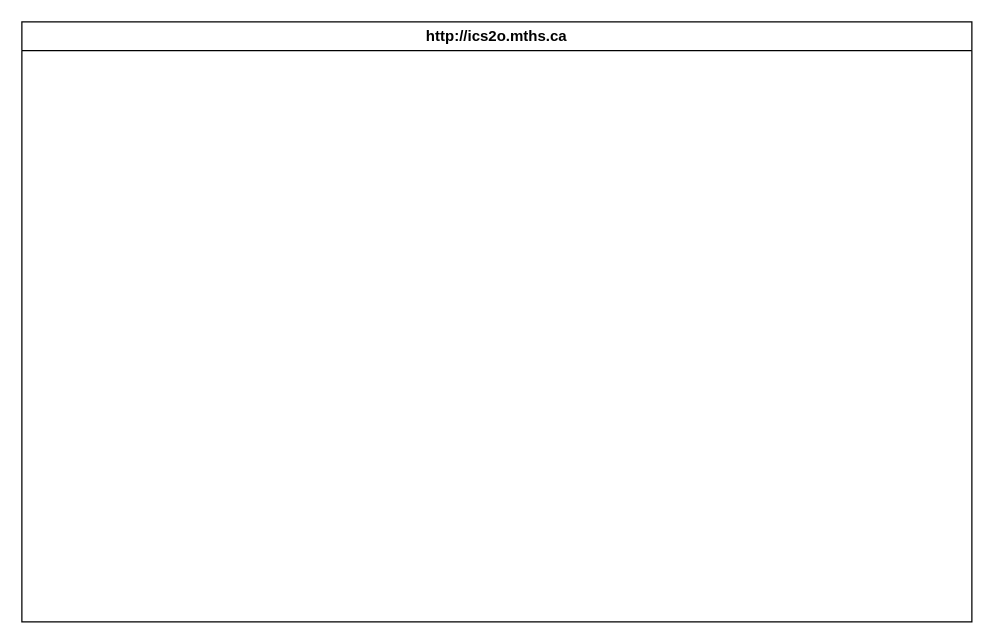
Earlier version of the draw.io diagram design/storyboard.drawio (MTHS-ICS2O-2-2022/ICS2O-Unit-5-04-Armatys22). Source tidied: cells renumbered, new cells numbered last; positions are measured from the earlier drawing's top-left corner, leaving out a move shared by most shapes. Both pictures are drawn from the tidied source at 125%, with x=0, y=0 at pixel (21, 21).
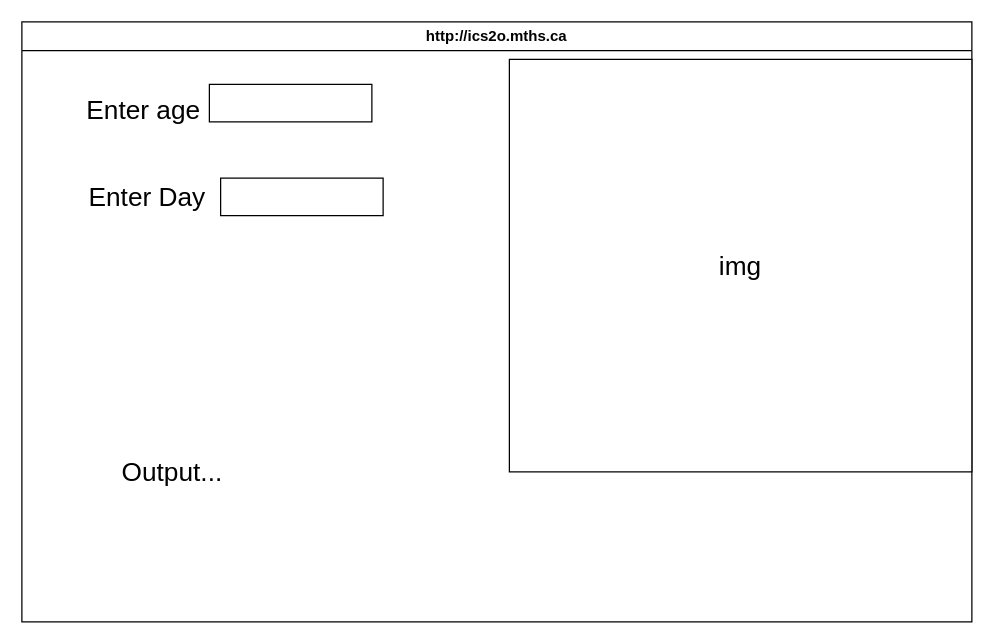
After the change.

What changed in the source:
```diff
@@
 <mxGraphModel>
   <root>
     <mxCell id="0" />
     <mxCell id="1" parent="0" />
     <mxCell id="2" value="http://ics2o.mths.ca" style="swimlane;whiteSpace=wrap;html=1;" parent="1" vertex="1">
       <mxGeometry width="760" height="480" as="geometry" />
     </mxCell>
+    <mxCell id="3" value="&lt;font style=&quot;font-size: 21px;&quot;&gt;Enter age&amp;nbsp;&lt;/font&gt;" style="text;html=1;align=center;verticalAlign=middle;strokeColor=none;fillColor=none;" parent="2" vertex="1">
+      <mxGeometry x="40" y="50" width="120" height="40" as="geometry" />
+    </mxCell>
+    <mxCell id="4" style="whiteSpace=wrap;html=1;fontSize=21;" parent="2" vertex="1">
+      <mxGeometry x="150" y="50" width="130" height="30" as="geometry" />
+    </mxCell>
+    <mxCell id="5" value="Enter Day" style="text;html=1;align=center;verticalAlign=middle;strokeColor=none;fillColor=none;fontSize=21;" parent="2" vertex="1">
+      <mxGeometry x="40" y="120" width="120" height="40" as="geometry" />
+    </mxCell>
+    <mxCell id="6" style="whiteSpace=wrap;html=1;fontSize=21;" parent="2" vertex="1">
+      <mxGeometry x="159" y="125" width="130" height="30" as="geometry" />
+    </mxCell>
+    <mxCell id="7" value="Output..." style="text;html=1;align=center;verticalAlign=middle;strokeColor=none;fillColor=none;fontSize=21;" parent="2" vertex="1">
+      <mxGeometry x="70" y="340" width="100" height="40" as="geometry" />
+    </mxCell>
+    <mxCell id="8" value="img" style="whiteSpace=wrap;html=1;fontSize=21;" parent="2" vertex="1">
+      <mxGeometry x="390" y="30" width="370" height="330" as="geometry" />
+    </mxCell>
   </root>
 </mxGraphModel>
```
